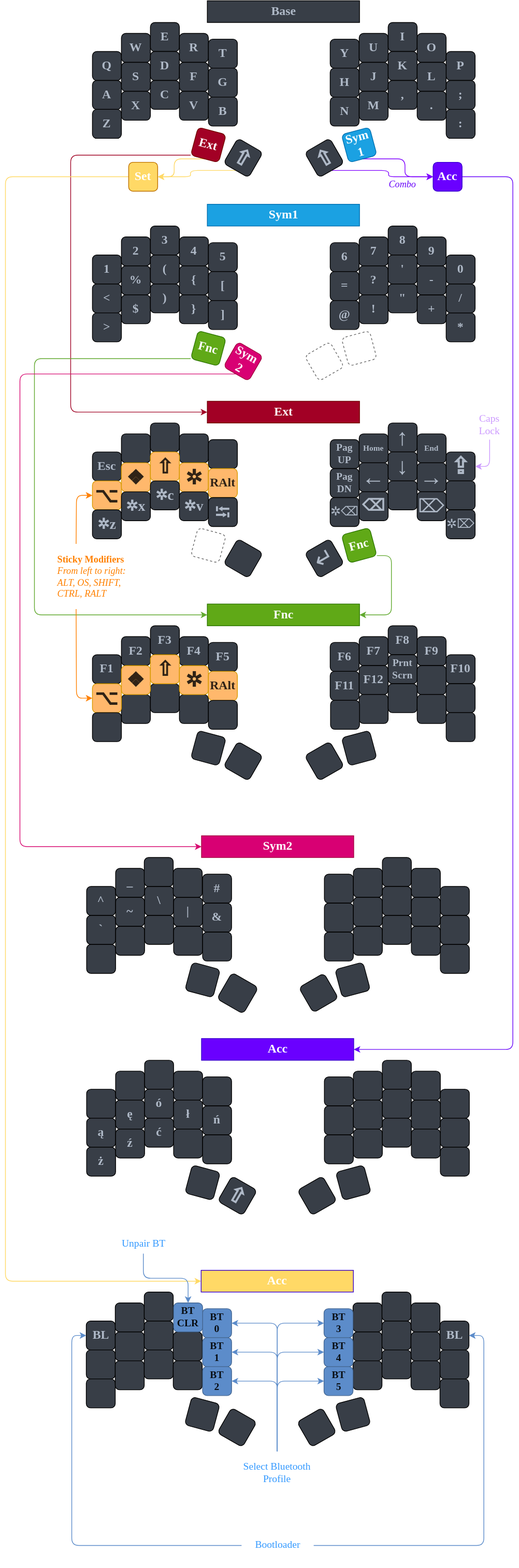
Before: custom.drawio.svg, a diagram exported from draw.io (skyferix/zmk-sweep). Source tidied: cells renumbered, new cells last; positions are measured from the earlier drawing's top-left corner, leaving out a move shared by most shapes.
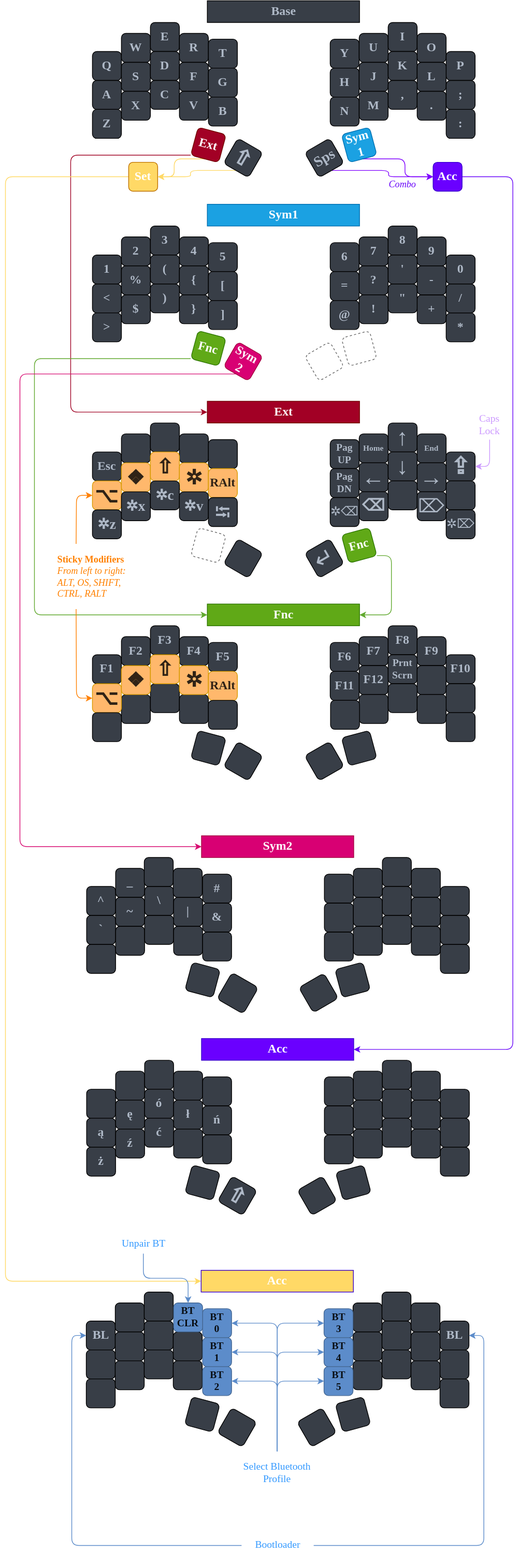
After the change.

Change to the diagram source:
```diff
@@ -117,7 +117,7 @@
     <mxCell id="37" style="edgeStyle=orthogonalEdgeStyle;rounded=1;jettySize=auto;html=1;exitX=0.5;exitY=1;exitDx=0;exitDy=0;entryX=0;entryY=0.5;entryDx=0;entryDy=0;fontFamily=Verdana;fontSize=14;fontColor=#6906F9;strokeColor=#7F00FF;" parent="1" edge="1" source="38" target="115">
       <mxGeometry relative="1" as="geometry" />
     </mxCell>
-    <mxCell id="38" value="&lt;span style=&quot;font-family: &amp;quot;segoe ui emoji&amp;quot;, &amp;quot;apple color emoji&amp;quot;, &amp;quot;noto color emoji&amp;quot;; font-size: 30px;&quot;&gt;⇧&lt;/span&gt;" style="whiteSpace=wrap;html=1;rotation=-30;fontSize=17;fontFamily=Verdana;fontStyle=1;fontColor=#AFB9C7;fillColor=#383E47;rounded=1;" parent="1" vertex="1">
+    <mxCell id="38" value="&lt;span style=&quot;font-family: &amp;quot;segoe ui emoji&amp;quot;, &amp;quot;apple color emoji&amp;quot;, &amp;quot;noto color emoji&amp;quot;;&quot;&gt;&lt;font style=&quot;font-size: 20px;&quot;&gt;Sps&lt;/font&gt;&lt;/span&gt;" style="whiteSpace=wrap;html=1;rotation=-30;fontSize=17;fontFamily=Verdana;fontStyle=1;fontColor=#AFB9C7;fillColor=#383E47;rounded=1;" parent="1" vertex="1">
       <mxGeometry x="420" y="197" width="40" height="40" as="geometry" />
     </mxCell>
     <mxCell id="39" style="edgeStyle=orthogonalEdgeStyle;rounded=1;jettySize=auto;html=1;exitX=0.5;exitY=1;exitDx=0;exitDy=0;entryX=0;entryY=0.5;entryDx=0;entryDy=0;fontFamily=Verdana;fontSize=14;fontColor=#6906F9;strokeColor=#7F00FF;" parent="1" edge="1" source="40" target="115">
```
